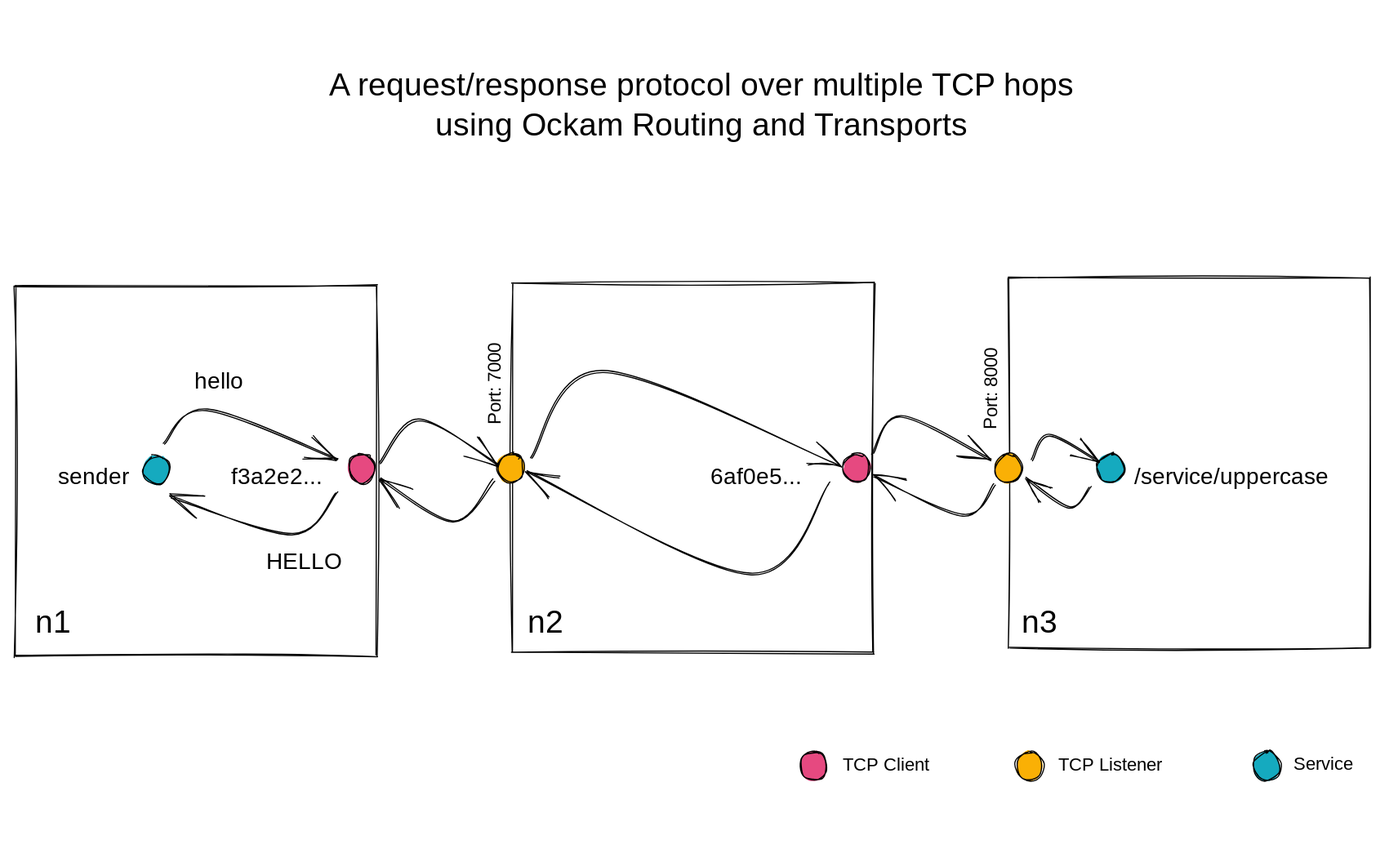
Earlier version of the Excalidraw export .gitbook/assets/file.excalidraw.svg (build-trust/ockam-documentation). Source tidied: one line per element, renumbered; positions are measured from the earlier drawing's top-left corner, leaving out a move shared by most shapes.
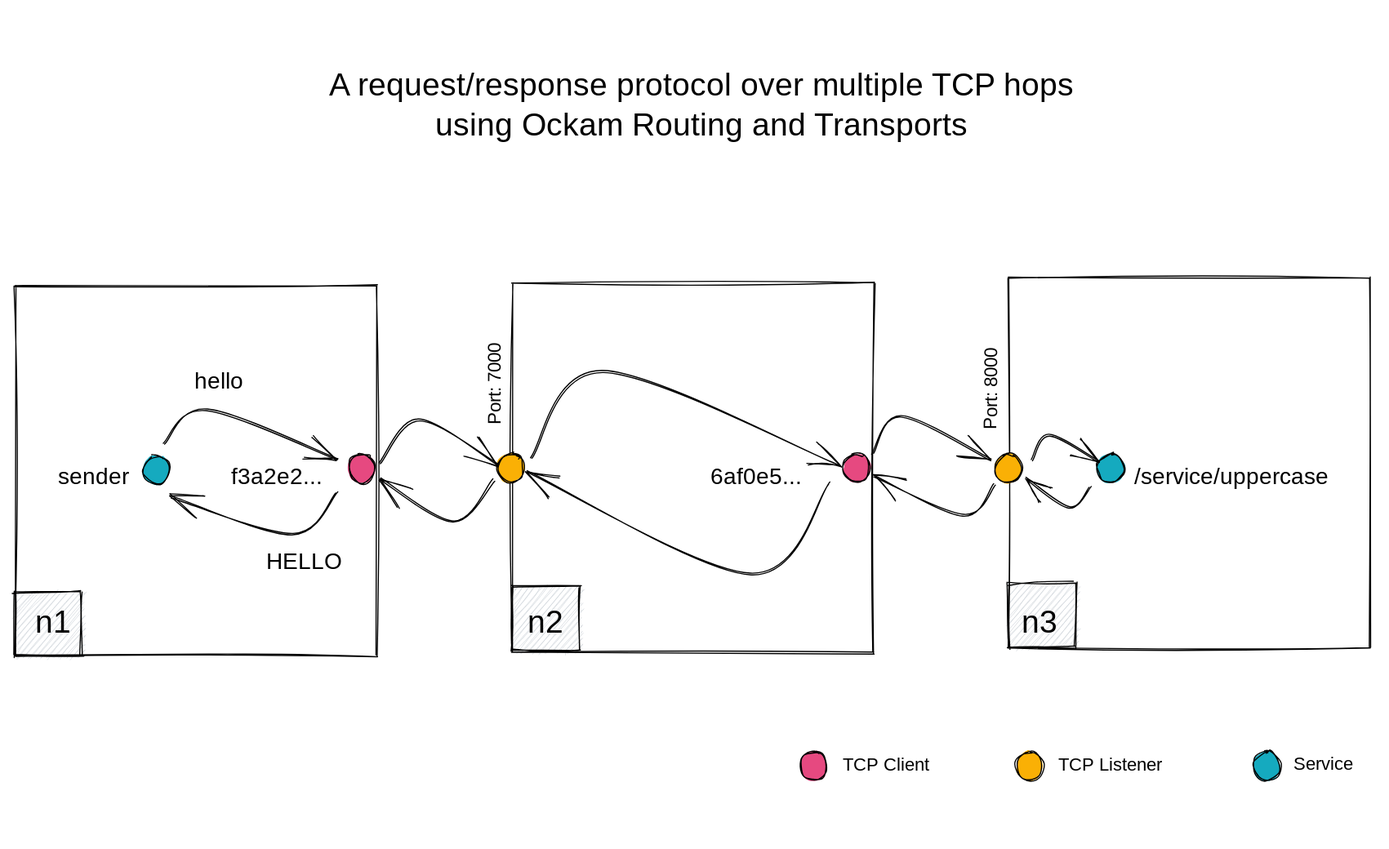
Above is the later version.

Commit message:
GITBOOK-1018: change request with no subject merged in GitBook

The edit, as a diff of the source:
```diff
@@ -1,3 +1,6 @@
+{"id": 39, "type": "rectangle", "strokeColor": "#000000", "backgroundColor": "#ced4da", "fillStyle": "hachure", "strokeWidth": 1, "roughness": 1, "x": 872, "y": 500, "width": 59, "height": 56}
+{"id": 40, "type": "rectangle", "strokeColor": "#000000", "backgroundColor": "#ced4da", "fillStyle": "hachure", "strokeWidth": 1, "roughness": 1, "x": 3, "y": 508, "width": 59, "height": 56}
+{"id": 41, "type": "rectangle", "strokeColor": "#000000", "backgroundColor": "#ced4da", "fillStyle": "hachure", "strokeWidth": 1, "roughness": 1, "x": 438, "y": 503, "width": 59, "height": 56}
 {"id": 0, "type": "rectangle", "strokeColor": "transparent", "strokeWidth": 1, "roughness": 1, "round": true, "x": 0, "y": 0, "width": 1195, "height": 723}
 {"id": 1, "type": "rectangle", "strokeColor": "#000000", "strokeWidth": 1, "roughness": 1, "x": 873, "y": 233, "width": 316, "height": 324}
 {"id": 2, "type": "text", "text": "/service/uppercase", "strokeColor": "#000000", "strokeWidth": 1, "roughness": 1, "fontSize": 20, "fontFamily": 1, "x": 982, "y": 395, "width": 184, "height": 25}
```
